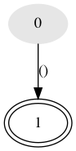
This is examples/nfa.png from yichaolemon/RegexMatcher, a Graphviz export, as it was before one commit. Its source is kept beside it as examples/nfa.dot.
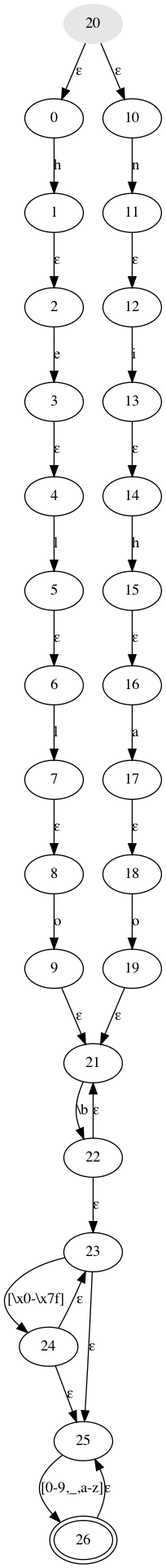
Above is the later version.

What changed in the source:
```diff
@@ -1,5 +1,60 @@
 digraph Regex {
-_30 [style=filled,color="0 0 .9",peripheries=1,label="0"];
-_30 -> _31 [label="()"];
-_31 [shape=ellipse,peripheries=2,label="1"];
+_36 [shape=ellipse,peripheries=1,label="6"];
+_36 -> _37 [label="l"];
+_30 [shape=ellipse,peripheries=1,label="0"];
+_30 -> _31 [label="h"];
+_35 [shape=ellipse,peripheries=1,label="5"];
+_35 -> _36 [label="ε"];
+_34 [shape=ellipse,peripheries=1,label="4"];
+_34 -> _35 [label="l"];
+_3131 [shape=ellipse,peripheries=1,label="11"];
+_3131 -> _3132 [label="ε"];
+_3134 [shape=ellipse,peripheries=1,label="14"];
+_3134 -> _3135 [label="h"];
+_3130 [shape=ellipse,peripheries=1,label="10"];
+_3130 -> _3131 [label="n"];
+_3135 [shape=ellipse,peripheries=1,label="15"];
+_3135 -> _3136 [label="ε"];
+_31 [shape=ellipse,peripheries=1,label="1"];
+_31 -> _32 [label="ε"];
+_3132 [shape=ellipse,peripheries=1,label="12"];
+_3132 -> _3133 [label="i"];
+_3136 [shape=ellipse,peripheries=1,label="16"];
+_3136 -> _3137 [label="a"];
+_3139 [shape=ellipse,peripheries=1,label="19"];
+_3139 -> _3231 [label="ε"];
+_3138 [shape=ellipse,peripheries=1,label="18"];
+_3138 -> _3139 [label="o"];
+_3232 [shape=ellipse,peripheries=1,label="22"];
+_3232 -> _3231 [label="ε"];
+_3232 -> _3233 [label="ε"];
+_3234 [shape=ellipse,peripheries=1,label="24"];
+_3234 -> _3233 [label="ε"];
+_3234 -> _3235 [label="ε"];
+_3233 [shape=ellipse,peripheries=1,label="23"];
+_3233 -> _3234 [label="[\\x0-\\x7f]"];
+_3233 -> _3235 [label="ε"];
+_32 [shape=ellipse,peripheries=1,label="2"];
+_32 -> _33 [label="e"];
+_39 [shape=ellipse,peripheries=1,label="9"];
+_39 -> _3231 [label="ε"];
+_3133 [shape=ellipse,peripheries=1,label="13"];
+_3133 -> _3134 [label="ε"];
+_3231 [shape=ellipse,peripheries=1,label="21"];
+_3231 -> _3232 [label="\\b"];
+_3137 [shape=ellipse,peripheries=1,label="17"];
+_3137 -> _3138 [label="ε"];
+_3235 [shape=ellipse,peripheries=1,label="25"];
+_3235 -> _3236 [label="[0-9,_,a-z]"];
+_3236 [shape=ellipse,peripheries=2,label="26"];
+_3236 -> _3235 [label="ε"];
+_38 [shape=ellipse,peripheries=1,label="8"];
+_38 -> _39 [label="o"];
+_37 [shape=ellipse,peripheries=1,label="7"];
+_37 -> _38 [label="ε"];
+_33 [shape=ellipse,peripheries=1,label="3"];
+_33 -> _34 [label="ε"];
+_3230 [style=filled,color="0 0 .9",peripheries=1,label="20"];
+_3230 -> _30 [label="ε"];
+_3230 -> _3130 [label="ε"];
 }
```
